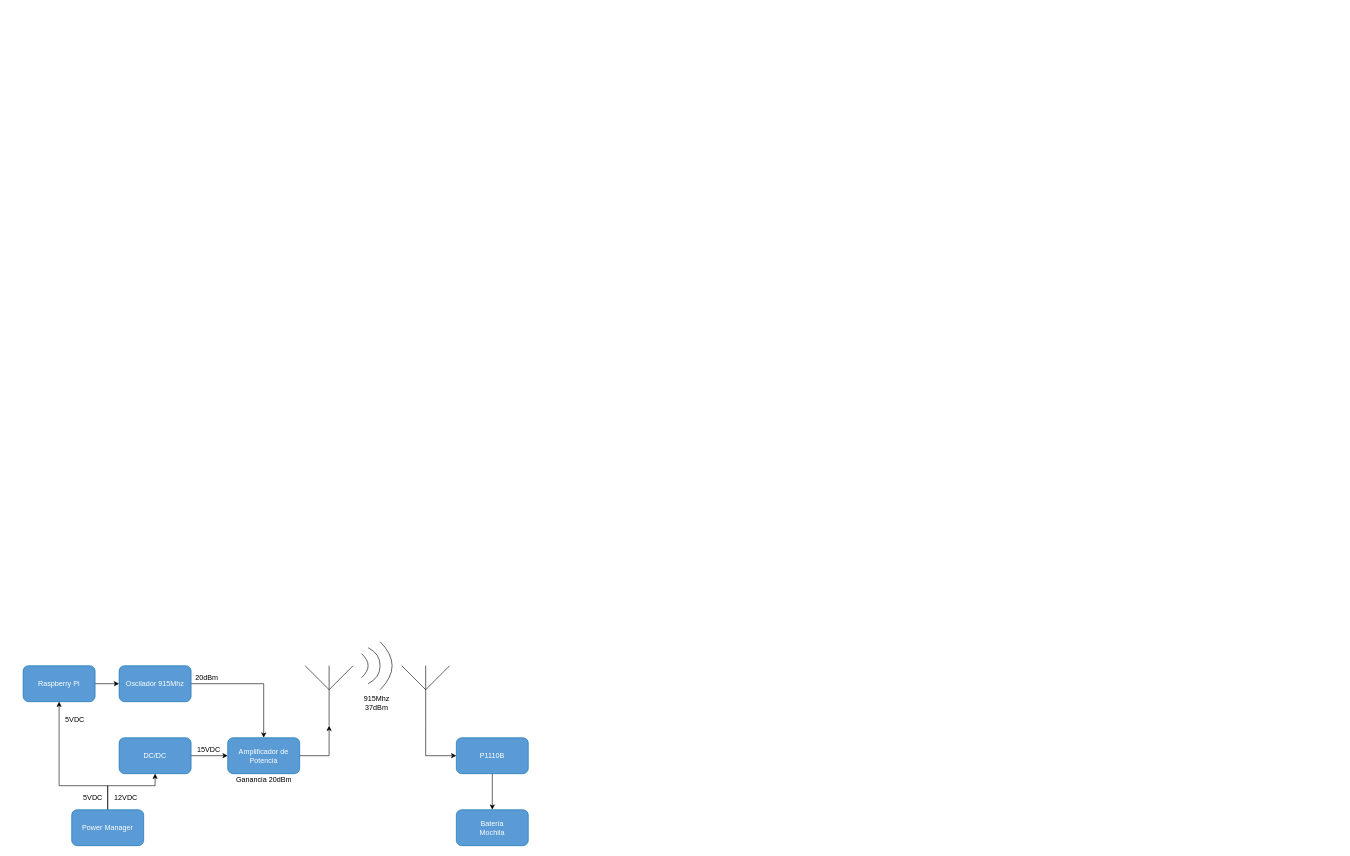
Above: Utils/Drawio/EsquemaHardwareAntenas.drawio in tlondero/Dise-o (draw.io), before the change. Source tidied: cells renumbered, new cells numbered last; positions are measured from the earlier drawing's top-left corner, leaving out a move shared by most shapes. Both pictures are drawn from the tidied source at 60%, with x=0, y=0 at pixel (23, 641).
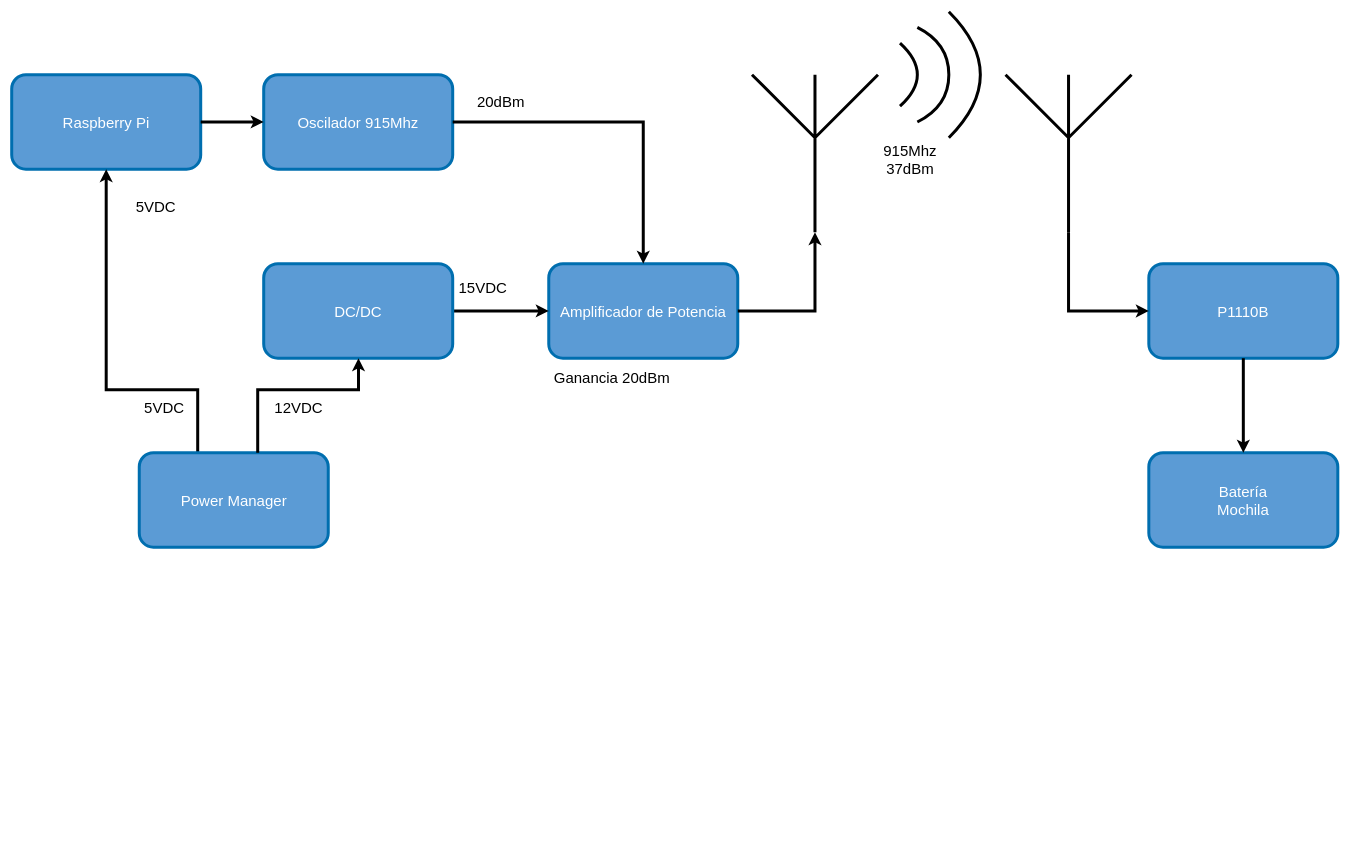
The same page after the edit.

The edit, as a diff of the source:
```diff
@@
+    <mxCell id="3" value="Raspberry Pi" style="rounded=1;whiteSpace=wrap;html=1;strokeColor=#006EAF;fontColor=#ffffff;fillColor=#5B9BD5;strokeWidth=5;fontSize=25;" parent="1" vertex="1">
+      <mxGeometry x="-19" y="-945" width="315" height="157.5" as="geometry" />
+    </mxCell>
+    <mxCell id="5" value="Oscilador 915Mhz" style="rounded=1;whiteSpace=wrap;html=1;strokeColor=#006EAF;fontColor=#ffffff;fillColor=#5B9BD5;strokeWidth=5;fontSize=25;" parent="1" vertex="1">
+      <mxGeometry x="401" y="-945" width="315" height="157.5" as="geometry" />
+    </mxCell>
-    <mxCell id="2" style="edgeStyle=orthogonalEdgeStyle;rounded=0;jettySize=auto;html=1;exitX=1;exitY=0.5;exitDx=0;exitDy=0;entryX=0;entryY=0.5;entryDx=0;entryDy=0;" parent="1" edge="1" source="3" target="5">
-      <mxGeometry relative="1" as="geometry" />
+    <mxCell id="2" style="edgeStyle=orthogonalEdgeStyle;rounded=0;jettySize=auto;html=1;exitX=1;exitY=0.5;exitDx=0;exitDy=0;entryX=0;entryY=0.5;entryDx=0;entryDy=0;strokeWidth=5;fontSize=25;" parent="1" edge="1" source="3" target="5">
+      <mxGeometry x="120" y="-897.5" as="geometry" />
     </mxCell>
-    <mxCell id="3" value="Raspberry Pi" style="rounded=1;whiteSpace=wrap;html=1;strokeColor=#006EAF;fontColor=#ffffff;fillColor=#5B9BD5;" parent="1" vertex="1">
-      <mxGeometry y="40" width="120" height="60" as="geometry" />
-    </mxCell>
+    <mxCell id="7" value="Amplificador de Potencia" style="rounded=1;whiteSpace=wrap;html=1;strokeColor=#006EAF;fontColor=#ffffff;fillColor=#5B9BD5;strokeWidth=5;fontSize=25;" parent="1" vertex="1">
+      <mxGeometry x="876.1" y="-630" width="315" height="157.5" as="geometry" />
+    </mxCell>
-    <mxCell id="4" style="edgeStyle=orthogonalEdgeStyle;rounded=0;jettySize=auto;html=1;" parent="1" edge="1" source="5" target="7">
-      <mxGeometry relative="1" as="geometry" />
+    <mxCell id="4" style="edgeStyle=orthogonalEdgeStyle;rounded=0;jettySize=auto;html=1;strokeWidth=5;fontSize=25;" parent="1" edge="1" source="5" target="7">
+      <mxGeometry x="120" y="-897.5" as="geometry" />
     </mxCell>
-    <mxCell id="5" value="Oscilador 915Mhz" style="rounded=1;whiteSpace=wrap;html=1;strokeColor=#006EAF;fontColor=#ffffff;fillColor=#5B9BD5;" parent="1" vertex="1">
-      <mxGeometry x="160" y="40" width="120" height="60" as="geometry" />
-    </mxCell>
+    <mxCell id="8" style="verticalLabelPosition=bottom;shadow=0;dashed=0;align=center;html=1;verticalAlign=top;shape=mxgraph.electrical.radio.aerial_-_antenna_1;rotation=0;strokeWidth=5;fontSize=25;" parent="1" vertex="1">
+      <mxGeometry x="1214.8" y="-945" width="210" height="262.5" as="geometry" />
+    </mxCell>
-    <mxCell id="6" style="edgeStyle=orthogonalEdgeStyle;rounded=0;jettySize=auto;html=1;entryX=0.5;entryY=1;entryDx=0;entryDy=0;entryPerimeter=0;" parent="1" edge="1" source="7" target="8">
-      <mxGeometry relative="1" as="geometry" />
+    <mxCell id="6" style="edgeStyle=orthogonalEdgeStyle;rounded=0;jettySize=auto;html=1;entryX=0.5;entryY=1;entryDx=0;entryDy=0;entryPerimeter=0;strokeWidth=5;fontSize=25;" parent="1" edge="1" source="7" target="8">
+      <mxGeometry x="120" y="-897.5" as="geometry" />
     </mxCell>
-    <mxCell id="7" value="Amplificador de Potencia" style="rounded=1;whiteSpace=wrap;html=1;strokeColor=#006EAF;fontColor=#ffffff;fillColor=#5B9BD5;" parent="1" vertex="1">
-      <mxGeometry x="341" y="160" width="120" height="60" as="geometry" />
-    </mxCell>
-    <mxCell id="8" style="verticalLabelPosition=bottom;shadow=0;dashed=0;align=center;html=1;verticalAlign=top;shape=mxgraph.electrical.radio.aerial_-_antenna_1;rotation=0;" parent="1" vertex="1">
-      <mxGeometry x="470" y="40" width="80" height="100" as="geometry" />
-    </mxCell>
+    <mxCell id="10" value="Batería&lt;br style=&quot;font-size: 25px;&quot;&gt;Mochila" style="rounded=1;whiteSpace=wrap;html=1;strokeColor=#006EAF;fontColor=#ffffff;fillColor=#5B9BD5;strokeWidth=5;fontSize=25;" parent="1" vertex="1">
+      <mxGeometry x="1876.2" y="-315" width="315" height="157.5" as="geometry" />
+    </mxCell>
+    <mxCell id="12" value="P1110B" style="rounded=1;whiteSpace=wrap;html=1;strokeColor=#006EAF;fontColor=#ffffff;fillColor=#5B9BD5;strokeWidth=5;fontSize=25;" parent="1" vertex="1">
+      <mxGeometry x="1876.2" y="-630" width="315" height="157.5" as="geometry" />
+    </mxCell>
-    <mxCell id="9" style="edgeStyle=orthogonalEdgeStyle;rounded=0;jettySize=auto;html=1;startArrow=classic;startFill=1;endArrow=none;endFill=0;" parent="1" edge="1" source="10" target="12">
-      <mxGeometry relative="1" as="geometry" />
+    <mxCell id="9" style="edgeStyle=orthogonalEdgeStyle;rounded=0;jettySize=auto;html=1;startArrow=classic;startFill=1;endArrow=none;endFill=0;strokeWidth=5;fontSize=25;" parent="1" edge="1" source="10" target="12">
+      <mxGeometry x="120" y="-897.5" as="geometry" />
     </mxCell>
-    <mxCell id="10" value="Batería&lt;br&gt;Mochila" style="rounded=1;whiteSpace=wrap;html=1;strokeColor=#006EAF;fontColor=#ffffff;fillColor=#5B9BD5;" parent="1" vertex="1">
-      <mxGeometry x="722" y="280" width="120" height="60" as="geometry" />
-    </mxCell>
+    <mxCell id="13" style="verticalLabelPosition=bottom;shadow=0;dashed=0;align=center;html=1;verticalAlign=top;shape=mxgraph.electrical.radio.aerial_-_antenna_1;rotation=0;strokeWidth=5;fontSize=25;" parent="1" vertex="1">
+      <mxGeometry x="1637.4" y="-945" width="210" height="262.5" as="geometry" />
+    </mxCell>
-    <mxCell id="11" style="edgeStyle=orthogonalEdgeStyle;rounded=0;jettySize=auto;html=1;entryX=0.5;entryY=1;entryDx=0;entryDy=0;entryPerimeter=0;startArrow=classic;startFill=1;endArrow=none;endFill=0;" parent="1" edge="1" source="12" target="13">
-      <mxGeometry relative="1" as="geometry" />
+    <mxCell id="11" style="edgeStyle=orthogonalEdgeStyle;rounded=0;jettySize=auto;html=1;entryX=0.5;entryY=1;entryDx=0;entryDy=0;entryPerimeter=0;startArrow=classic;startFill=1;endArrow=none;endFill=0;strokeWidth=5;fontSize=25;" parent="1" edge="1" source="12" target="13">
+      <mxGeometry x="120" y="-897.5" as="geometry" />
     </mxCell>
-    <mxCell id="12" value="P1110B" style="rounded=1;whiteSpace=wrap;html=1;strokeColor=#006EAF;fontColor=#ffffff;fillColor=#5B9BD5;" parent="1" vertex="1">
-      <mxGeometry x="722" y="160" width="120" height="60" as="geometry" />
-    </mxCell>
-    <mxCell id="13" style="verticalLabelPosition=bottom;shadow=0;dashed=0;align=center;html=1;verticalAlign=top;shape=mxgraph.electrical.radio.aerial_-_antenna_1;rotation=0;" parent="1" vertex="1">
-      <mxGeometry x="631" y="40" width="80" height="100" as="geometry" />
-    </mxCell>
-    <mxCell id="14" style="curved=1;endArrow=none;html=1;endFill=0;" parent="1" edge="1">
-      <mxGeometry relative="1" as="geometry">
-        <mxPoint x="575" y="10" as="sourcePoint" />
-        <mxPoint x="575" y="70" as="targetPoint" />
+    <mxCell id="14" style="curved=1;endArrow=none;html=1;endFill=0;strokeWidth=5;fontSize=25;" parent="1" edge="1">
+      <mxGeometry x="120" y="-897.5" as="geometry">
+        <mxPoint x="1490.4" y="-1023.8" as="sourcePoint" />
+        <mxPoint x="1490.4" y="-866.2" as="targetPoint" />
         <Array as="points">
-          <mxPoint x="595" y="20" />
-          <mxPoint x="595" y="60" />
+          <mxPoint x="1542.9" y="-997.5" />
+          <mxPoint x="1542.9" y="-892.5" />
         </Array>
       </mxGeometry>
     </mxCell>
-    <mxCell id="15" style="curved=1;endArrow=none;html=1;endFill=0;" parent="1" edge="1">
-      <mxGeometry relative="1" as="geometry">
-        <mxPoint x="595" as="sourcePoint" />
-        <mxPoint x="595" y="80" as="targetPoint" />
+    <mxCell id="15" style="curved=1;endArrow=none;html=1;endFill=0;strokeWidth=5;fontSize=25;" parent="1" edge="1">
+      <mxGeometry x="120" y="-897.5" as="geometry">
+        <mxPoint x="1542.9" y="-1050" as="sourcePoint" />
+        <mxPoint x="1542.9" y="-840" as="targetPoint" />
         <Array as="points">
-          <mxPoint x="615" y="20" />
-          <mxPoint x="615" y="60" />
+          <mxPoint x="1595.4" y="-997.5" />
+          <mxPoint x="1595.4" y="-892.5" />
         </Array>
       </mxGeometry>
     </mxCell>
-    <mxCell id="16" style="curved=1;endArrow=none;html=1;endFill=0;" parent="1" edge="1">
-      <mxGeometry relative="1" as="geometry">
-        <mxPoint x="564" y="20" as="sourcePoint" />
-        <mxPoint x="564" y="60" as="targetPoint" />
+    <mxCell id="16" style="curved=1;endArrow=none;html=1;endFill=0;strokeWidth=5;fontSize=25;" parent="1" edge="1">
+      <mxGeometry x="120" y="-897.5" as="geometry">
+        <mxPoint x="1461.5" y="-997.5" as="sourcePoint" />
+        <mxPoint x="1461.5" y="-892.5" as="targetPoint" />
         <Array as="points">
-          <mxPoint x="575" y="30" />
-          <mxPoint x="575" y="50" />
+          <mxPoint x="1490.4" y="-971.2" />
+          <mxPoint x="1490.4" y="-918.8" />
         </Array>
       </mxGeometry>
     </mxCell>
-    <mxCell id="17" style="edgeStyle=orthogonalEdgeStyle;rounded=0;jettySize=auto;html=1;" parent="1" edge="1" source="19" target="21">
-      <mxGeometry relative="1" as="geometry">
-        <Array as="points">
-          <mxPoint x="141" y="240" />
-          <mxPoint x="220" y="240" />
-        </Array>
-      </mxGeometry>
-    </mxCell>
-    <mxCell id="18" style="edgeStyle=orthogonalEdgeStyle;rounded=0;jettySize=auto;html=1;entryX=0.5;entryY=1;entryDx=0;entryDy=0;" parent="1" edge="1" source="19" target="3">
-      <mxGeometry relative="1" as="geometry">
+    <mxCell id="18" style="edgeStyle=orthogonalEdgeStyle;rounded=0;jettySize=auto;html=1;entryX=0.5;entryY=1;entryDx=0;entryDy=0;strokeWidth=5;fontSize=25;" parent="1" edge="1" source="19" target="3">
+      <mxGeometry x="120" y="-897.5" as="geometry">
         <Array as="points">
-          <mxPoint x="141" y="240" />
-          <mxPoint x="60" y="240" />
+          <mxPoint x="291" y="-420" />
+          <mxPoint x="139" y="-420" />
         </Array>
       </mxGeometry>
     </mxCell>
-    <mxCell id="19" value="Power Manager" style="rounded=1;whiteSpace=wrap;html=1;strokeColor=#006EAF;fontColor=#ffffff;fillColor=#5B9BD5;" parent="1" vertex="1">
-      <mxGeometry x="81" y="280" width="120" height="60" as="geometry" />
+    <mxCell id="19" value="Power Manager" style="rounded=1;whiteSpace=wrap;html=1;strokeColor=#006EAF;fontColor=#ffffff;fillColor=#5B9BD5;strokeWidth=5;fontSize=25;" parent="1" vertex="1">
+      <mxGeometry x="193.6" y="-315" width="315" height="157.5" as="geometry" />
     </mxCell>
-    <mxCell id="20" style="edgeStyle=orthogonalEdgeStyle;rounded=0;jettySize=auto;html=1;entryX=0;entryY=0.5;entryDx=0;entryDy=0;" parent="1" edge="1" source="21" target="7">
-      <mxGeometry relative="1" as="geometry" />
+    <mxCell id="20" style="edgeStyle=orthogonalEdgeStyle;rounded=0;jettySize=auto;html=1;entryX=0;entryY=0.5;entryDx=0;entryDy=0;strokeWidth=5;fontSize=25;" parent="1" edge="1" source="21" target="7">
+      <mxGeometry x="120" y="-897.5" as="geometry" />
     </mxCell>
-    <mxCell id="21" value="DC/DC" style="rounded=1;whiteSpace=wrap;html=1;strokeColor=#006EAF;fontColor=#ffffff;fillColor=#5B9BD5;" parent="1" vertex="1">
-      <mxGeometry x="160" y="160" width="120" height="60" as="geometry" />
+    <mxCell id="21" value="DC/DC" style="rounded=1;whiteSpace=wrap;html=1;strokeColor=#006EAF;fontColor=#ffffff;fillColor=#5B9BD5;strokeWidth=5;fontSize=25;" parent="1" vertex="1">
+      <mxGeometry x="401" y="-630" width="315" height="157.5" as="geometry" />
     </mxCell>
+    <mxCell id="17" style="edgeStyle=orthogonalEdgeStyle;rounded=0;jettySize=auto;html=1;strokeWidth=5;fontSize=25;" parent="1" edge="1" source="19" target="21">
+      <mxGeometry x="120" y="-897.5" as="geometry">
+        <Array as="points">
+          <mxPoint x="391" y="-420" />
+          <mxPoint x="559" y="-420" />
+        </Array>
+      </mxGeometry>
+    </mxCell>
-    <mxCell id="22" value="5VDC" style="text;html=1;align=center;verticalAlign=middle;strokeColor=none;fillColor=none;" parent="1" vertex="1">
-      <mxGeometry x="61" y="120" width="50" height="20" as="geometry" />
+    <mxCell id="22" value="5VDC" style="text;html=1;align=center;verticalAlign=middle;strokeColor=none;fillColor=none;strokeWidth=5;fontSize=25;" parent="1" vertex="1">
+      <mxGeometry x="181" y="-745" width="80" height="40" as="geometry" />
     </mxCell>
-    <mxCell id="23" value="15VDC" style="text;html=1;align=center;verticalAlign=middle;strokeColor=none;fillColor=none;" parent="1" vertex="1">
-      <mxGeometry x="284" y="170" width="50" height="20" as="geometry" />
+    <mxCell id="23" value="15VDC" style="text;html=1;align=center;verticalAlign=middle;strokeColor=none;fillColor=none;strokeWidth=5;fontSize=25;" parent="1" vertex="1">
+      <mxGeometry x="716" y="-610" width="100" height="40" as="geometry" />
     </mxCell>
-    <mxCell id="24" value="915Mhz&lt;br&gt;37dBm" style="text;html=1;align=center;verticalAlign=middle;strokeColor=none;fillColor=none;" parent="1" vertex="1">
-      <mxGeometry x="559" y="88" width="60" height="30" as="geometry" />
+    <mxCell id="24" value="915Mhz&lt;br style=&quot;font-size: 25px;&quot;&gt;37dBm" style="text;html=1;align=center;verticalAlign=middle;strokeColor=none;fillColor=none;strokeWidth=5;fontSize=25;" parent="1" vertex="1">
+      <mxGeometry x="1428.4" y="-839" width="100" height="70" as="geometry" />
     </mxCell>
-    <mxCell id="25" value="12VDC" style="text;html=1;align=center;verticalAlign=middle;strokeColor=none;fillColor=none;" parent="1" vertex="1">
-      <mxGeometry x="146" y="251" width="50" height="20" as="geometry" />
+    <mxCell id="25" value="12VDC" style="text;html=1;align=center;verticalAlign=middle;strokeColor=none;fillColor=none;strokeWidth=5;fontSize=25;" parent="1" vertex="1">
+      <mxGeometry x="408.6" y="-410" width="100" height="40" as="geometry" />
     </mxCell>
-    <mxCell id="26" value="20dBm" style="text;html=1;align=center;verticalAlign=middle;strokeColor=none;fillColor=none;" parent="1" vertex="1">
-      <mxGeometry x="281" y="50" width="50" height="20" as="geometry" />
+    <mxCell id="26" value="20dBm" style="text;html=1;align=center;verticalAlign=middle;strokeColor=none;fillColor=none;strokeWidth=5;fontSize=25;" parent="1" vertex="1">
+      <mxGeometry x="751" y="-920" width="90" height="40" as="geometry" />
     </mxCell>
-    <mxCell id="27" value="Ganancia 20dBm" style="text;html=1;align=center;verticalAlign=middle;strokeColor=none;fillColor=none;" parent="1" vertex="1">
-      <mxGeometry x="346" y="220" width="110" height="20" as="geometry" />
+    <mxCell id="27" value="Ganancia 20dBm" style="text;html=1;align=center;verticalAlign=middle;strokeColor=none;fillColor=none;strokeWidth=5;fontSize=25;" parent="1" vertex="1">
+      <mxGeometry x="876.1" y="-460" width="210" height="40" as="geometry" />
     </mxCell>
-    <mxCell id="28" value="5VDC" style="text;html=1;align=center;verticalAlign=middle;strokeColor=none;fillColor=none;" parent="1" vertex="1">
-      <mxGeometry x="91" y="251" width="50" height="20" as="geometry" />
+    <mxCell id="28" value="5VDC" style="text;html=1;align=center;verticalAlign=middle;strokeColor=none;fillColor=none;strokeWidth=5;fontSize=25;" parent="1" vertex="1">
+      <mxGeometry x="195" y="-410" width="80" height="40" as="geometry" />
     </mxCell>
```
